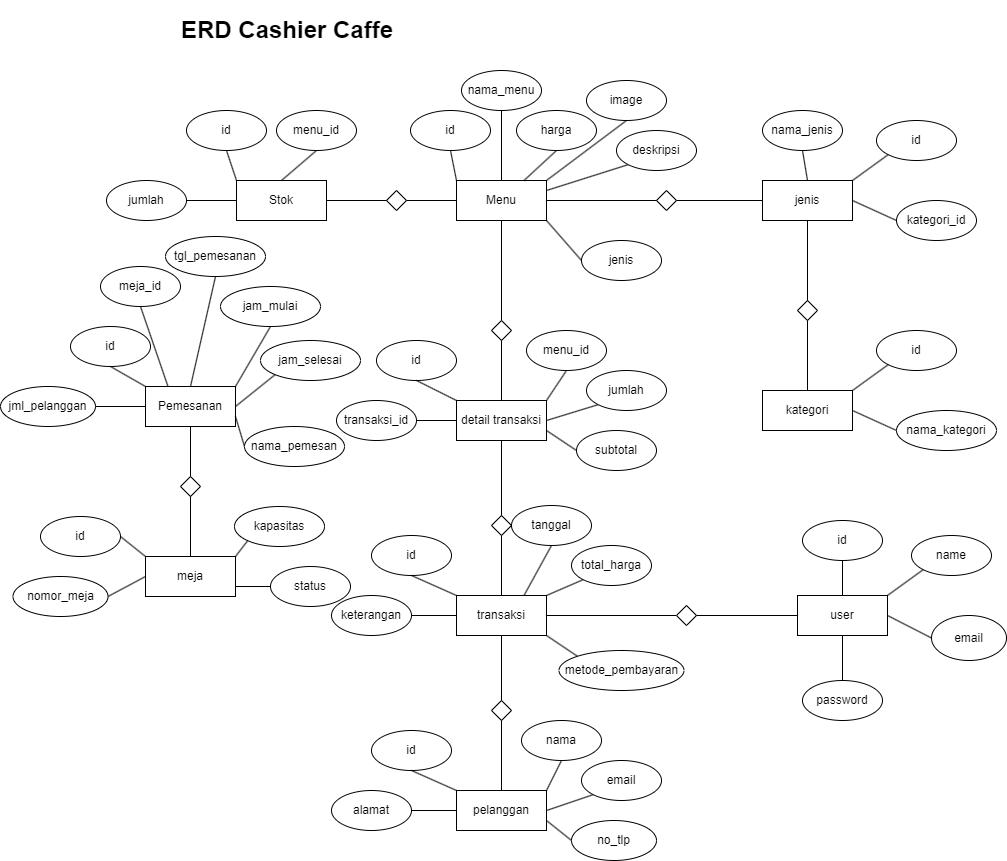
Above: erd.drawio.png in annrdhjn/drawio (draw.io), before the change. Source tidied: cells renumbered, new cells last; positions are measured from the earlier drawing's top-left corner, leaving out a move shared by most shapes.
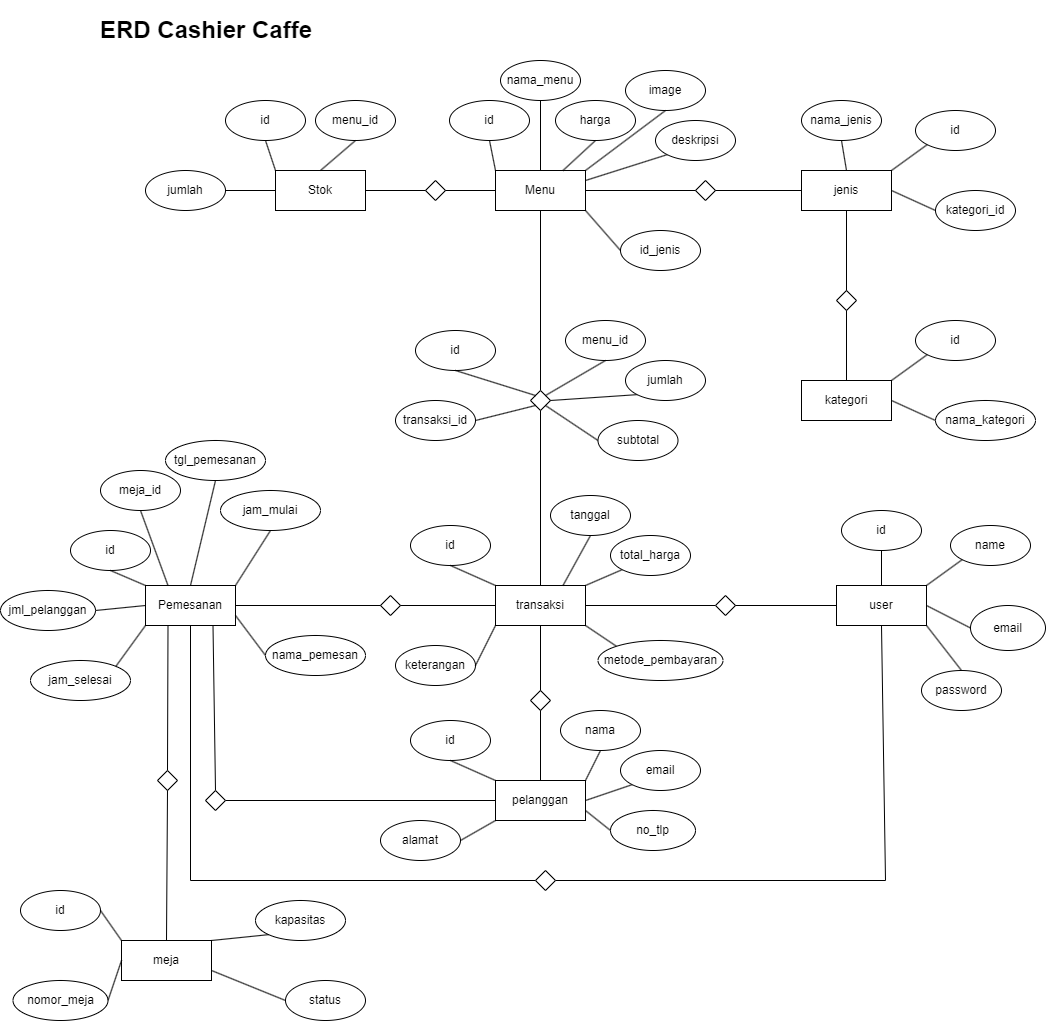
Above is the later version.

Change to the diagram source:
```diff
@@ -1,9 +1,9 @@
-<mxGraphModel>
+<mxGraphModel background="#ffffff">
   <root>
     <mxCell id="0" />
     <mxCell id="1" parent="0" />
     <mxCell id="2" value="&lt;h1&gt;ERD Cashier Caffe&lt;/h1&gt;" style="text;html=1;strokeColor=none;fillColor=none;spacing=5;spacingTop=-20;whiteSpace=wrap;overflow=hidden;rounded=0;" parent="1" vertex="1">
-      <mxGeometry x="176" width="350" height="40" as="geometry" />
+      <mxGeometry x="56" y="10" width="350" height="40" as="geometry" />
     </mxCell>
     <mxCell id="3" value="Stok" style="html=1;whiteSpace=wrap;" parent="1" vertex="1">
       <mxGeometry x="236" y="170" width="90" height="40" as="geometry" />
@@ -41,7 +41,7 @@
     <mxCell id="14" value="nama_menu" style="ellipse;whiteSpace=wrap;html=1;" parent="1" vertex="1">
       <mxGeometry x="461" y="60" width="80" height="40" as="geometry" />
     </mxCell>
-    <mxCell id="15" value="jenis" style="ellipse;whiteSpace=wrap;html=1;" parent="1" vertex="1">
+    <mxCell id="15" value="id_jenis" style="ellipse;whiteSpace=wrap;html=1;" parent="1" vertex="1">
       <mxGeometry x="581" y="230" width="80" height="40" as="geometry" />
     </mxCell>
     <mxCell id="16" style="endArrow=none;html=1;rounded=0;exitX=0.5;exitY=1;exitDx=0;exitDy=0;entryX=0;entryY=0;entryDx=0;entryDy=0;" parent="1" edge="1" source="13" target="12">
@@ -129,16 +129,16 @@
       <mxGeometry relative="1" as="geometry" />
     </mxCell>
     <mxCell id="44" value="Pemesanan" style="html=1;whiteSpace=wrap;" parent="1" vertex="1">
-      <mxGeometry x="145" y="376" width="90" height="40" as="geometry" />
+      <mxGeometry x="106" y="585" width="90" height="40" as="geometry" />
     </mxCell>
     <mxCell id="45" value="id" style="ellipse;whiteSpace=wrap;html=1;" parent="1" vertex="1">
-      <mxGeometry x="70" y="316" width="80" height="40" as="geometry" />
+      <mxGeometry x="31" y="530" width="80" height="40" as="geometry" />
     </mxCell>
     <mxCell id="46" value="meja_id" style="ellipse;whiteSpace=wrap;html=1;" parent="1" vertex="1">
-      <mxGeometry x="100" y="256" width="80" height="40" as="geometry" />
+      <mxGeometry x="61" y="470" width="80" height="40" as="geometry" />
     </mxCell>
     <mxCell id="47" value="jml_pelanggan" style="ellipse;whiteSpace=wrap;html=1;" parent="1" vertex="1">
-      <mxGeometry y="376" width="95" height="40" as="geometry" />
+      <mxGeometry x="-39" y="590" width="95" height="40" as="geometry" />
     </mxCell>
     <mxCell id="48" style="endArrow=none;html=1;rounded=0;exitX=0.5;exitY=1;exitDx=0;exitDy=0;entryX=0;entryY=0;entryDx=0;entryDy=0;" parent="1" edge="1" source="45" target="44">
       <mxGeometry relative="1" as="geometry" />
@@ -153,40 +153,40 @@
       <mxGeometry relative="1" as="geometry" />
     </mxCell>
     <mxCell id="52" value="tgl_pemesanan" style="ellipse;whiteSpace=wrap;html=1;" parent="1" vertex="1">
-      <mxGeometry x="165" y="226" width="100" height="40" as="geometry" />
+      <mxGeometry x="126" y="440" width="100" height="40" as="geometry" />
     </mxCell>
     <mxCell id="53" value="jam_mulai" style="ellipse;whiteSpace=wrap;html=1;" parent="1" vertex="1">
-      <mxGeometry x="220" y="276" width="100" height="40" as="geometry" />
+      <mxGeometry x="181" y="490" width="100" height="40" as="geometry" />
     </mxCell>
     <mxCell id="54" style="endArrow=none;html=1;rounded=0;exitX=0.5;exitY=1;exitDx=0;exitDy=0;entryX=1;entryY=0;entryDx=0;entryDy=0;" parent="1" edge="1" source="53" target="44">
       <mxGeometry relative="1" as="geometry" />
     </mxCell>
     <mxCell id="55" value="jam_selesai" style="ellipse;whiteSpace=wrap;html=1;" parent="1" vertex="1">
-      <mxGeometry x="260" y="330" width="100" height="40" as="geometry" />
+      <mxGeometry x="-9" y="660" width="100" height="40" as="geometry" />
     </mxCell>
-    <mxCell id="56" style="endArrow=none;html=1;rounded=0;entryX=1;entryY=0.5;entryDx=0;entryDy=0;exitX=0;exitY=1;exitDx=0;exitDy=0;" parent="1" edge="1" source="55" target="44">
+    <mxCell id="56" style="endArrow=none;html=1;rounded=0;entryX=0;entryY=1;entryDx=0;entryDy=0;exitX=1;exitY=0;exitDx=0;exitDy=0;" parent="1" edge="1" source="55" target="44">
       <mxGeometry relative="1" as="geometry" />
     </mxCell>
     <mxCell id="57" style="endArrow=none;html=1;rounded=0;entryX=1;entryY=0.75;entryDx=0;entryDy=0;exitX=0;exitY=0.5;exitDx=0;exitDy=0;" parent="1" edge="1" source="58" target="44">
       <mxGeometry relative="1" as="geometry" />
     </mxCell>
     <mxCell id="58" value="nama_pemesan" style="ellipse;whiteSpace=wrap;html=1;" parent="1" vertex="1">
-      <mxGeometry x="244" y="416" width="100" height="40" as="geometry" />
+      <mxGeometry x="226" y="635" width="100" height="40" as="geometry" />
     </mxCell>
-    <mxCell id="59" style="endArrow=none;html=1;rounded=0;exitX=0.5;exitY=0;exitDx=0;exitDy=0;entryX=0.5;entryY=1;entryDx=0;entryDy=0;" parent="1" edge="1" source="60" target="44">
+    <mxCell id="59" style="endArrow=none;html=1;rounded=0;exitX=0.5;exitY=0;exitDx=0;exitDy=0;entryX=0.25;entryY=1;entryDx=0;entryDy=0;" parent="1" edge="1" source="60" target="44">
       <mxGeometry relative="1" as="geometry" />
     </mxCell>
     <mxCell id="60" style="rhombus;" parent="1" vertex="1">
-      <mxGeometry x="180" y="466" width="20" height="20" as="geometry" />
+      <mxGeometry x="118" y="770" width="20" height="20" as="geometry" />
     </mxCell>
     <mxCell id="61" value="meja" style="html=1;whiteSpace=wrap;" parent="1" vertex="1">
-      <mxGeometry x="145" y="546" width="90" height="40" as="geometry" />
+      <mxGeometry x="82" y="940" width="90" height="40" as="geometry" />
     </mxCell>
     <mxCell id="62" value="id" style="ellipse;whiteSpace=wrap;html=1;" parent="1" vertex="1">
-      <mxGeometry x="40" y="506" width="80" height="40" as="geometry" />
+      <mxGeometry x="-19" y="890" width="80" height="40" as="geometry" />
     </mxCell>
     <mxCell id="63" value="nomor_meja" style="ellipse;whiteSpace=wrap;html=1;" parent="1" vertex="1">
-      <mxGeometry x="12.5" y="566" width="95" height="40" as="geometry" />
+      <mxGeometry x="-26.5" y="980" width="95" height="40" as="geometry" />
     </mxCell>
     <mxCell id="64" style="endArrow=none;html=1;rounded=0;exitX=1;exitY=0.5;exitDx=0;exitDy=0;entryX=0;entryY=0;entryDx=0;entryDy=0;" parent="1" edge="1" source="62" target="61">
       <mxGeometry relative="1" as="geometry" />
@@ -198,7 +198,7 @@
       <mxGeometry relative="1" as="geometry" />
     </mxCell>
     <mxCell id="67" value="kapasitas" style="ellipse;whiteSpace=wrap;html=1;" parent="1" vertex="1">
-      <mxGeometry x="234" y="496" width="90" height="40" as="geometry" />
+      <mxGeometry x="216" y="900" width="90" height="40" as="geometry" />
     </mxCell>
     <mxCell id="68" style="endArrow=none;html=1;rounded=0;exitX=0;exitY=1;exitDx=0;exitDy=0;entryX=1;entryY=0;entryDx=0;entryDy=0;" parent="1" edge="1" source="67" target="61">
       <mxGeometry relative="1" as="geometry" />
@@ -207,17 +207,14 @@
       <mxGeometry relative="1" as="geometry" />
     </mxCell>
     <mxCell id="70" value="status" style="ellipse;whiteSpace=wrap;html=1;" parent="1" vertex="1">
-      <mxGeometry x="270" y="556" width="80" height="40" as="geometry" />
+      <mxGeometry x="246" y="980" width="80" height="40" as="geometry" />
     </mxCell>
     <mxCell id="71" style="endArrow=none;html=1;rounded=0;entryX=0.5;entryY=1;entryDx=0;entryDy=0;exitX=0.5;exitY=0;exitDx=0;exitDy=0;" parent="1" edge="1" source="72" target="12">
       <mxGeometry relative="1" as="geometry" />
     </mxCell>
     <mxCell id="72" style="rhombus;" parent="1" vertex="1">
-      <mxGeometry x="491" y="310" width="20" height="20" as="geometry" />
+      <mxGeometry x="491" y="390" width="20" height="20" as="geometry" />
     </mxCell>
-    <mxCell id="73" value="detail transaksi" style="html=1;whiteSpace=wrap;" parent="1" vertex="1">
-      <mxGeometry x="456" y="390" width="90" height="40" as="geometry" />
-    </mxCell>
     <mxCell id="74" value="id" style="ellipse;whiteSpace=wrap;html=1;" parent="1" vertex="1">
       <mxGeometry x="376" y="330" width="80" height="40" as="geometry" />
     </mxCell>
@@ -225,34 +222,34 @@
       <mxGeometry x="526" y="320" width="80" height="40" as="geometry" />
     </mxCell>
     <mxCell id="76" value="transaksi_id" style="ellipse;whiteSpace=wrap;html=1;" parent="1" vertex="1">
-      <mxGeometry x="336" y="390" width="80" height="40" as="geometry" />
+      <mxGeometry x="356" y="400" width="80" height="40" as="geometry" />
     </mxCell>
-    <mxCell id="77" style="endArrow=none;html=1;rounded=0;exitX=0.5;exitY=1;exitDx=0;exitDy=0;entryX=0;entryY=0;entryDx=0;entryDy=0;" parent="1" edge="1" source="74" target="73">
+    <mxCell id="77" style="endArrow=none;html=1;rounded=0;exitX=0.5;exitY=1;exitDx=0;exitDy=0;entryX=0;entryY=0;entryDx=0;entryDy=0;" parent="1" edge="1" source="74" target="72">
       <mxGeometry relative="1" as="geometry" />
     </mxCell>
-    <mxCell id="78" style="endArrow=none;html=1;rounded=0;exitX=0.5;exitY=1;exitDx=0;exitDy=0;entryX=1;entryY=0;entryDx=0;entryDy=0;" parent="1" edge="1" source="75" target="73">
+    <mxCell id="78" style="endArrow=none;html=1;rounded=0;exitX=0.5;exitY=1;exitDx=0;exitDy=0;entryX=1;entryY=0;entryDx=0;entryDy=0;" parent="1" edge="1" source="75" target="72">
       <mxGeometry relative="1" as="geometry" />
     </mxCell>
-    <mxCell id="79" style="endArrow=none;html=1;rounded=0;exitX=0;exitY=0.5;exitDx=0;exitDy=0;entryX=1;entryY=0.5;entryDx=0;entryDy=0;" parent="1" edge="1" source="73" target="76">
+    <mxCell id="79" style="endArrow=none;html=1;rounded=0;exitX=0;exitY=1;exitDx=0;exitDy=0;entryX=1;entryY=0.5;entryDx=0;entryDy=0;" parent="1" edge="1" source="72" target="76">
       <mxGeometry relative="1" as="geometry" />
     </mxCell>
-    <mxCell id="80" style="endArrow=none;html=1;rounded=0;entryX=0.5;entryY=1;entryDx=0;entryDy=0;exitX=0.5;exitY=0;exitDx=0;exitDy=0;" parent="1" edge="1" source="73" target="72">
+    <mxCell id="80" style="endArrow=none;html=1;rounded=0;entryX=0.5;entryY=1;entryDx=0;entryDy=0;exitX=0.5;exitY=0;exitDx=0;exitDy=0;" parent="1" edge="1" source="86" target="72">
       <mxGeometry relative="1" as="geometry" />
     </mxCell>
-    <mxCell id="81" style="endArrow=none;html=1;rounded=0;exitX=0;exitY=1;exitDx=0;exitDy=0;entryX=1;entryY=0.5;entryDx=0;entryDy=0;" parent="1" edge="1" source="82" target="73">
+    <mxCell id="81" style="endArrow=none;html=1;rounded=0;exitX=0;exitY=1;exitDx=0;exitDy=0;entryX=1;entryY=0.5;entryDx=0;entryDy=0;" parent="1" edge="1" source="82" target="72">
       <mxGeometry relative="1" as="geometry" />
     </mxCell>
     <mxCell id="82" value="jumlah" style="ellipse;whiteSpace=wrap;html=1;" parent="1" vertex="1">
       <mxGeometry x="586" y="360" width="80" height="40" as="geometry" />
     </mxCell>
-    <mxCell id="83" style="endArrow=none;html=1;rounded=0;exitX=0;exitY=0.5;exitDx=0;exitDy=0;entryX=1;entryY=0.75;entryDx=0;entryDy=0;" parent="1" edge="1" source="84" target="73">
+    <mxCell id="83" style="endArrow=none;html=1;rounded=0;exitX=0;exitY=0.5;exitDx=0;exitDy=0;entryX=1;entryY=1;entryDx=0;entryDy=0;" parent="1" edge="1" source="84" target="72">
       <mxGeometry relative="1" as="geometry" />
     </mxCell>
     <mxCell id="84" value="subtotal" style="ellipse;whiteSpace=wrap;html=1;" parent="1" vertex="1">
-      <mxGeometry x="576" y="420" width="80" height="40" as="geometry" />
+      <mxGeometry x="558.5" y="420" width="80" height="40" as="geometry" />
     </mxCell>
     <mxCell id="85" style="rhombus;" parent="1" vertex="1">
-      <mxGeometry x="491" y="505" width="20" height="20" as="geometry" />
+      <mxGeometry x="341" y="595" width="20" height="20" as="geometry" />
     </mxCell>
     <mxCell id="86" value="transaksi" style="html=1;whiteSpace=wrap;" parent="1" vertex="1">
       <mxGeometry x="456" y="585" width="90" height="40" as="geometry" />
@@ -264,7 +261,7 @@
       <mxGeometry x="511" y="495" width="80" height="40" as="geometry" />
     </mxCell>
     <mxCell id="89" value="keterangan" style="ellipse;whiteSpace=wrap;html=1;" parent="1" vertex="1">
-      <mxGeometry x="331" y="585" width="80" height="40" as="geometry" />
+      <mxGeometry x="356" y="645" width="80" height="40" as="geometry" />
     </mxCell>
     <mxCell id="90" style="endArrow=none;html=1;rounded=0;exitX=0.5;exitY=1;exitDx=0;exitDy=0;entryX=0;entryY=0;entryDx=0;entryDy=0;" parent="1" edge="1" source="87" target="86">
       <mxGeometry relative="1" as="geometry" />
@@ -272,12 +269,9 @@
     <mxCell id="91" style="endArrow=none;html=1;rounded=0;exitX=0.5;exitY=1;exitDx=0;exitDy=0;entryX=0.75;entryY=0;entryDx=0;entryDy=0;" parent="1" edge="1" source="88" target="86">
       <mxGeometry relative="1" as="geometry" />
     </mxCell>
-    <mxCell id="92" style="endArrow=none;html=1;rounded=0;exitX=0;exitY=0.5;exitDx=0;exitDy=0;entryX=1;entryY=0.5;entryDx=0;entryDy=0;" parent="1" edge="1" source="86" target="89">
+    <mxCell id="92" style="endArrow=none;html=1;rounded=0;exitX=0;exitY=1;exitDx=0;exitDy=0;entryX=1;entryY=0.5;entryDx=0;entryDy=0;" parent="1" edge="1" source="86" target="89">
       <mxGeometry relative="1" as="geometry" />
     </mxCell>
-    <mxCell id="93" style="endArrow=none;html=1;rounded=0;entryX=0.5;entryY=1;entryDx=0;entryDy=0;exitX=0.5;exitY=0;exitDx=0;exitDy=0;" parent="1" edge="1" source="86" target="85">
-      <mxGeometry relative="1" as="geometry" />
-    </mxCell>
     <mxCell id="94" style="endArrow=none;html=1;rounded=0;exitX=0;exitY=1;exitDx=0;exitDy=0;entryX=1;entryY=0;entryDx=0;entryDy=0;" parent="1" edge="1" source="95" target="86">
       <mxGeometry relative="1" as="geometry" />
     </mxCell>
@@ -290,9 +284,6 @@
     <mxCell id="97" value="metode_pembayaran" style="ellipse;whiteSpace=wrap;html=1;" parent="1" vertex="1">
       <mxGeometry x="558.5" y="640" width="125" height="40" as="geometry" />
     </mxCell>
-    <mxCell id="98" style="endArrow=none;html=1;rounded=0;entryX=0.5;entryY=1;entryDx=0;entryDy=0;exitX=0.5;exitY=0;exitDx=0;exitDy=0;" parent="1" edge="1" source="85" target="73">
-      <mxGeometry relative="1" as="geometry" />
-    </mxCell>
     <mxCell id="99" style="rhombus;" parent="1" vertex="1">
       <mxGeometry x="491" y="690" width="20" height="20" as="geometry" />
     </mxCell>
@@ -306,7 +297,7 @@
       <mxGeometry x="521" y="710" width="80" height="40" as="geometry" />
     </mxCell>
     <mxCell id="103" value="alamat" style="ellipse;whiteSpace=wrap;html=1;" parent="1" vertex="1">
-      <mxGeometry x="331" y="780" width="80" height="40" as="geometry" />
+      <mxGeometry x="341" y="820" width="80" height="40" as="geometry" />
     </mxCell>
     <mxCell id="104" style="endArrow=none;html=1;rounded=0;exitX=0.5;exitY=1;exitDx=0;exitDy=0;entryX=0;entryY=0;entryDx=0;entryDy=0;" parent="1" edge="1" source="101" target="100">
       <mxGeometry relative="1" as="geometry" />
@@ -314,7 +305,7 @@
     <mxCell id="105" style="endArrow=none;html=1;rounded=0;exitX=0.5;exitY=1;exitDx=0;exitDy=0;entryX=1;entryY=0;entryDx=0;entryDy=0;" parent="1" edge="1" source="102" target="100">
       <mxGeometry relative="1" as="geometry" />
     </mxCell>
-    <mxCell id="106" style="endArrow=none;html=1;rounded=0;exitX=0;exitY=0.5;exitDx=0;exitDy=0;entryX=1;entryY=0.5;entryDx=0;entryDy=0;" parent="1" edge="1" source="100" target="103">
+    <mxCell id="106" style="endArrow=none;html=1;rounded=0;exitX=0;exitY=1;exitDx=0;exitDy=0;entryX=1;entryY=0.5;entryDx=0;entryDy=0;" parent="1" edge="1" source="100" target="103">
       <mxGeometry relative="1" as="geometry" />
     </mxCell>
     <mxCell id="107" style="endArrow=none;html=1;rounded=0;entryX=0.5;entryY=1;entryDx=0;entryDy=0;exitX=0.5;exitY=0;exitDx=0;exitDy=0;" parent="1" edge="1" source="100" target="99">
@@ -365,11 +356,43 @@
     <mxCell id="122" style="endArrow=none;html=1;rounded=0;exitX=0.5;exitY=1;exitDx=0;exitDy=0;entryX=0.5;entryY=0;entryDx=0;entryDy=0;" parent="1" edge="1" source="121" target="115">
       <mxGeometry relative="1" as="geometry" />
     </mxCell>
-    <mxCell id="123" style="endArrow=none;html=1;rounded=0;exitX=0.5;exitY=0;exitDx=0;exitDy=0;entryX=0.5;entryY=1;entryDx=0;entryDy=0;" parent="1" edge="1" source="124" target="115">
+    <mxCell id="123" style="endArrow=none;html=1;rounded=0;exitX=0.5;exitY=0;exitDx=0;exitDy=0;entryX=1;entryY=1;entryDx=0;entryDy=0;" parent="1" edge="1" source="124" target="115">
       <mxGeometry relative="1" as="geometry" />
     </mxCell>
     <mxCell id="124" value="password" style="ellipse;whiteSpace=wrap;html=1;" parent="1" vertex="1">
-      <mxGeometry x="802" y="670" width="80" height="40" as="geometry" />
+      <mxGeometry x="882" y="670" width="80" height="40" as="geometry" />
     </mxCell>
+    <mxCell id="93" style="endArrow=none;html=1;rounded=0;exitX=0;exitY=0.5;exitDx=0;exitDy=0;entryX=1;entryY=0.5;entryDx=0;entryDy=0;" parent="1" edge="1" source="86" target="85">
+      <mxGeometry relative="1" as="geometry" />
+    </mxCell>
+    <mxCell id="125" style="endArrow=none;html=1;rounded=0;exitX=0;exitY=0.5;exitDx=0;exitDy=0;entryX=1;entryY=0.5;entryDx=0;entryDy=0;" parent="1" edge="1" source="85" target="44">
+      <mxGeometry relative="1" as="geometry" />
+    </mxCell>
+    <mxCell id="126" style="endArrow=none;html=1;rounded=0;entryX=0.5;entryY=1;entryDx=0;entryDy=0;exitX=0;exitY=0.5;exitDx=0;exitDy=0;" parent="1" edge="1" source="131" target="44">
+      <mxGeometry relative="1" as="geometry">
+        <Array as="points">
+          <mxPoint x="151" y="880" />
+        </Array>
+      </mxGeometry>
+    </mxCell>
+    <mxCell id="127" style="endArrow=none;html=1;rounded=0;entryX=0.75;entryY=1;entryDx=0;entryDy=0;exitX=0.5;exitY=0;exitDx=0;exitDy=0;" parent="1" edge="1" source="129" target="44">
+      <mxGeometry relative="1" as="geometry" />
+    </mxCell>
+    <mxCell id="128" style="endArrow=none;html=1;rounded=0;entryX=1;entryY=0.5;entryDx=0;entryDy=0;exitX=0;exitY=0.5;exitDx=0;exitDy=0;" parent="1" edge="1" source="100" target="129">
+      <mxGeometry relative="1" as="geometry" />
+    </mxCell>
+    <mxCell id="129" style="rhombus;" parent="1" vertex="1">
+      <mxGeometry x="166" y="790" width="20" height="20" as="geometry" />
+    </mxCell>
+    <mxCell id="130" style="endArrow=none;html=1;rounded=0;entryX=1;entryY=0.5;entryDx=0;entryDy=0;exitX=0.5;exitY=1;exitDx=0;exitDy=0;" parent="1" edge="1" source="115" target="131">
+      <mxGeometry relative="1" as="geometry">
+        <Array as="points">
+          <mxPoint x="846" y="880" />
+        </Array>
+      </mxGeometry>
+    </mxCell>
+    <mxCell id="131" style="rhombus;" parent="1" vertex="1">
+      <mxGeometry x="496" y="870" width="20" height="20" as="geometry" />
+    </mxCell>
   </root>
 </mxGraphModel>
```
